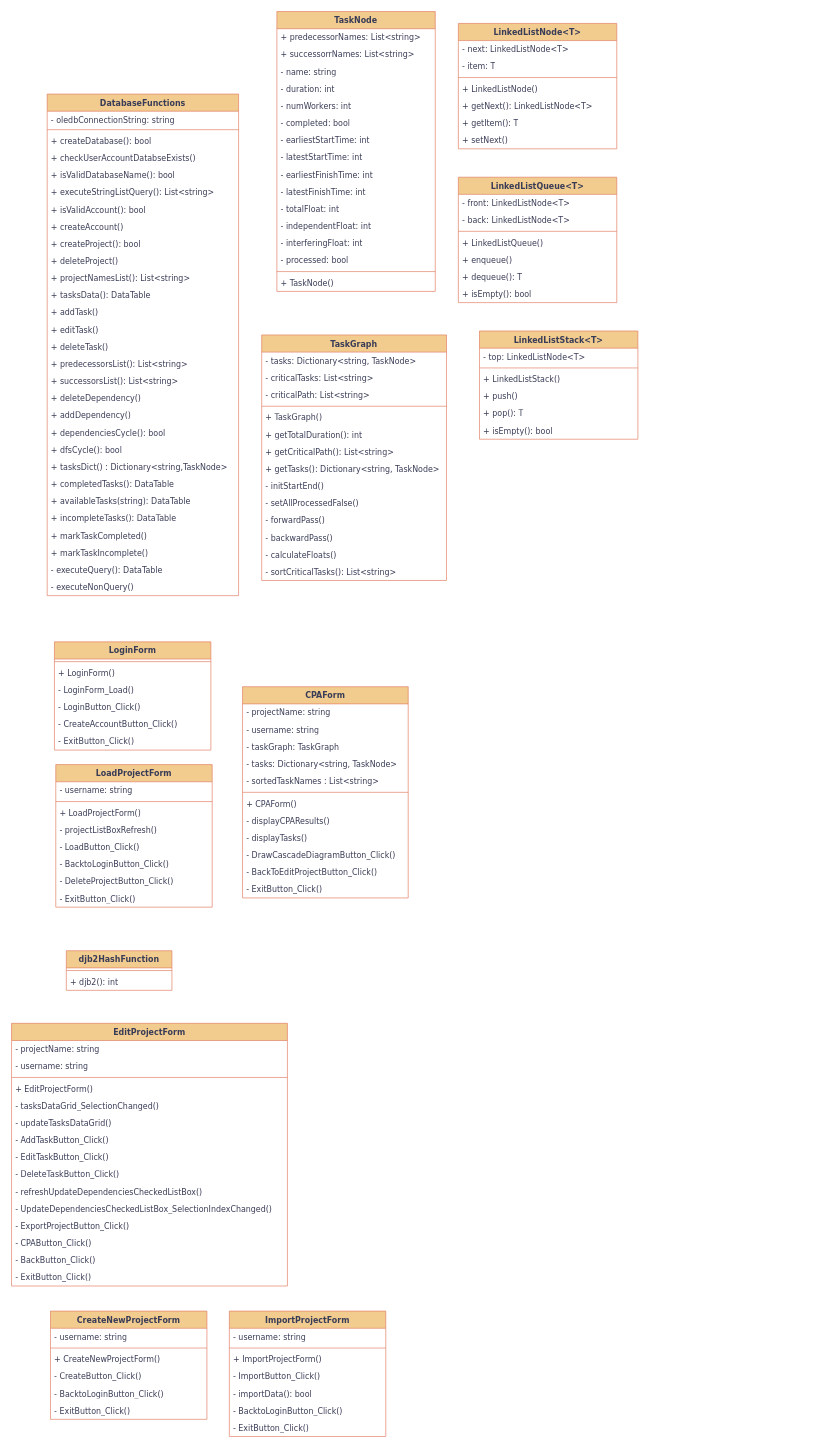
Earlier version of the draw.io diagram page "UMLClassDiagram" (1 of 4) of Diagrams.drawio (Senacen/Critical-Path-Project-Manager-NEA-MS-Access). Source tidied: cells renumbered, new cells numbered last; positions are measured from the earlier drawing's top-left corner, leaving out a move shared by most shapes. Both pictures are drawn from the tidied source at 66%, with x=0, y=0 at pixel (11, 11).
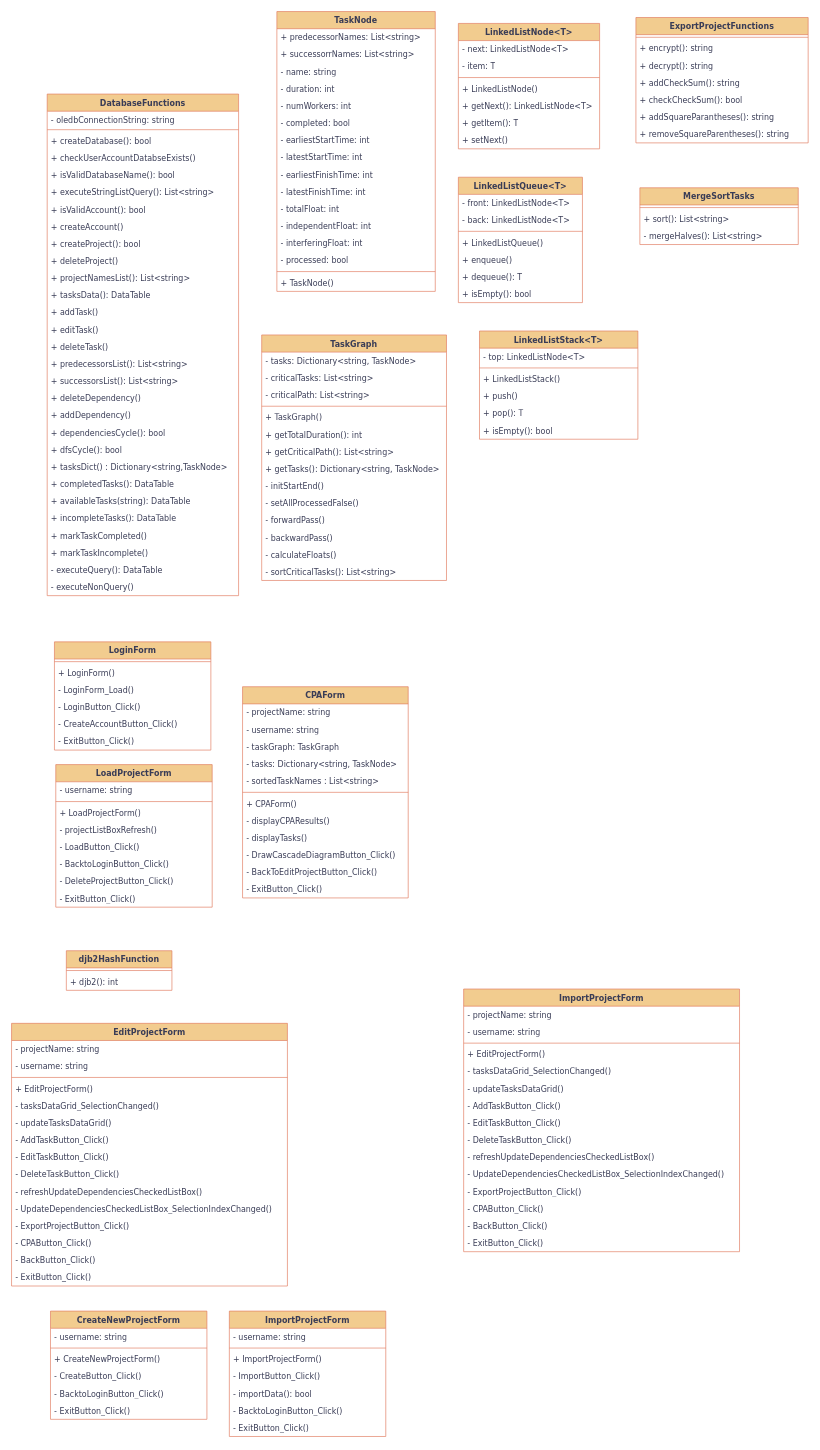
After the change.

Diff of the diagram source:
```diff
@@
     <mxCell id="127" value="LinkedListNode&amp;lt;T&amp;gt;" style="swimlane;fontStyle=1;align=center;verticalAlign=top;horizontal=1;startSize=26;whiteSpace=wrap;html=1;strokeColor=#E07A5F;fontColor=#393C56;fillColor=#F2CC8F;fontFamily=Verdana;labelBackgroundColor=none;" parent="1" vertex="1">
-      <mxGeometry x="677" y="18" width="240" height="190" as="geometry" />
+      <mxGeometry x="677" y="18" width="214" height="190" as="geometry" />
     </mxCell>
     <mxCell id="128" value="- next: LinkedListNode&amp;lt;T&amp;gt;" style="text;strokeColor=none;fillColor=none;align=left;verticalAlign=top;spacingLeft=4;spacingRight=4;overflow=hidden;whiteSpace=wrap;html=1;fontColor=#393C56;fontFamily=Verdana;labelBackgroundColor=none;" parent="127" vertex="1">
-      <mxGeometry y="26" width="240" height="26" as="geometry" />
+      <mxGeometry y="26" width="214" height="26" as="geometry" />
     </mxCell>
     <mxCell id="129" value="- item: T" style="text;strokeColor=none;fillColor=none;align=left;verticalAlign=top;spacingLeft=4;spacingRight=4;overflow=hidden;whiteSpace=wrap;html=1;fontColor=#393C56;fontFamily=Verdana;labelBackgroundColor=none;" parent="127" vertex="1">
-      <mxGeometry y="52" width="240" height="26" as="geometry" />
+      <mxGeometry y="52" width="214" height="26" as="geometry" />
     </mxCell>
     <mxCell id="130" style="line;strokeWidth=1;fillColor=none;align=left;verticalAlign=middle;spacingTop=-1;spacingLeft=3;spacingRight=3;labelPosition=right;strokeColor=inherit;" parent="127" vertex="1">
-      <mxGeometry y="78" width="240" height="8" as="geometry" />
+      <mxGeometry y="78" width="214" height="8" as="geometry" />
     </mxCell>
     <mxCell id="131" value="+ LinkedListNode()" style="text;strokeColor=none;fillColor=none;align=left;verticalAlign=top;spacingLeft=4;spacingRight=4;overflow=hidden;whiteSpace=wrap;html=1;fontColor=#393C56;fontFamily=Verdana;labelBackgroundColor=none;" parent="127" vertex="1">
-      <mxGeometry y="86" width="240" height="26" as="geometry" />
+      <mxGeometry y="86" width="214" height="26" as="geometry" />
     </mxCell>
     <mxCell id="132" value="+ getNext(): LinkedListNode&amp;lt;T&amp;gt;" style="text;strokeColor=none;fillColor=none;align=left;verticalAlign=top;spacingLeft=4;spacingRight=4;overflow=hidden;whiteSpace=wrap;html=1;fontColor=#393C56;fontFamily=Verdana;labelBackgroundColor=none;" parent="127" vertex="1">
-      <mxGeometry y="112" width="240" height="26" as="geometry" />
+      <mxGeometry y="112" width="214" height="26" as="geometry" />
     </mxCell>
     <mxCell id="133" value="+ getItem(): T" style="text;strokeColor=none;fillColor=none;align=left;verticalAlign=top;spacingLeft=4;spacingRight=4;overflow=hidden;whiteSpace=wrap;html=1;fontColor=#393C56;fontFamily=Verdana;labelBackgroundColor=none;" parent="127" vertex="1">
-      <mxGeometry y="138" width="240" height="26" as="geometry" />
+      <mxGeometry y="138" width="214" height="26" as="geometry" />
     </mxCell>
     <mxCell id="134" value="+ setNext()" style="text;strokeColor=none;fillColor=none;align=left;verticalAlign=top;spacingLeft=4;spacingRight=4;overflow=hidden;whiteSpace=wrap;html=1;fontColor=#393C56;fontFamily=Verdana;labelBackgroundColor=none;" parent="127" vertex="1">
-      <mxGeometry y="164" width="240" height="26" as="geometry" />
+      <mxGeometry y="164" width="214" height="26" as="geometry" />
     </mxCell>
@@
     <mxCell id="142" value="LinkedListQueue&amp;lt;T&amp;gt;" style="swimlane;fontStyle=1;align=center;verticalAlign=top;horizontal=1;startSize=26;whiteSpace=wrap;html=1;strokeColor=#E07A5F;fontColor=#393C56;fillColor=#F2CC8F;fontFamily=Verdana;labelBackgroundColor=none;" parent="1" vertex="1">
-      <mxGeometry x="677" y="251" width="240" height="190" as="geometry" />
+      <mxGeometry x="677" y="251" width="188" height="190" as="geometry" />
     </mxCell>
     <mxCell id="143" value="- front: LinkedListNode&amp;lt;T&amp;gt;" style="text;strokeColor=none;fillColor=none;align=left;verticalAlign=top;spacingLeft=4;spacingRight=4;overflow=hidden;whiteSpace=wrap;html=1;fontColor=#393C56;fontFamily=Verdana;labelBackgroundColor=none;" parent="142" vertex="1">
-      <mxGeometry y="26" width="240" height="26" as="geometry" />
+      <mxGeometry y="26" width="188" height="26" as="geometry" />
     </mxCell>
     <mxCell id="144" value="- back: LinkedListNode&amp;lt;T&amp;gt;" style="text;strokeColor=none;fillColor=none;align=left;verticalAlign=top;spacingLeft=4;spacingRight=4;overflow=hidden;whiteSpace=wrap;html=1;fontColor=#393C56;fontFamily=Verdana;labelBackgroundColor=none;" parent="142" vertex="1">
-      <mxGeometry y="52" width="240" height="26" as="geometry" />
+      <mxGeometry y="52" width="188" height="26" as="geometry" />
     </mxCell>
     <mxCell id="145" style="line;strokeWidth=1;fillColor=none;align=left;verticalAlign=middle;spacingTop=-1;spacingLeft=3;spacingRight=3;labelPosition=right;strokeColor=inherit;" parent="142" vertex="1">
-      <mxGeometry y="78" width="240" height="8" as="geometry" />
+      <mxGeometry y="78" width="188" height="8" as="geometry" />
     </mxCell>
     <mxCell id="146" value="+ LinkedListQueue()" style="text;strokeColor=none;fillColor=none;align=left;verticalAlign=top;spacingLeft=4;spacingRight=4;overflow=hidden;whiteSpace=wrap;html=1;fontColor=#393C56;fontFamily=Verdana;labelBackgroundColor=none;" parent="142" vertex="1">
-      <mxGeometry y="86" width="240" height="26" as="geometry" />
+      <mxGeometry y="86" width="188" height="26" as="geometry" />
     </mxCell>
     <mxCell id="147" value="+ enqueue()" style="text;strokeColor=none;fillColor=none;align=left;verticalAlign=top;spacingLeft=4;spacingRight=4;overflow=hidden;whiteSpace=wrap;html=1;fontColor=#393C56;fontFamily=Verdana;labelBackgroundColor=none;" parent="142" vertex="1">
-      <mxGeometry y="112" width="240" height="26" as="geometry" />
+      <mxGeometry y="112" width="188" height="26" as="geometry" />
     </mxCell>
     <mxCell id="148" value="+ dequeue(): T" style="text;strokeColor=none;fillColor=none;align=left;verticalAlign=top;spacingLeft=4;spacingRight=4;overflow=hidden;whiteSpace=wrap;html=1;fontColor=#393C56;fontFamily=Verdana;labelBackgroundColor=none;" parent="142" vertex="1">
-      <mxGeometry y="138" width="240" height="26" as="geometry" />
+      <mxGeometry y="138" width="188" height="26" as="geometry" />
     </mxCell>
     <mxCell id="149" value="+ isEmpty(): bool" style="text;strokeColor=none;fillColor=none;align=left;verticalAlign=top;spacingLeft=4;spacingRight=4;overflow=hidden;whiteSpace=wrap;html=1;fontColor=#393C56;fontFamily=Verdana;labelBackgroundColor=none;" parent="142" vertex="1">
-      <mxGeometry y="164" width="240" height="26" as="geometry" />
+      <mxGeometry y="164" width="188" height="26" as="geometry" />
     </mxCell>
+    <mxCell id="150" value="ExportProjectFunctions" style="swimlane;fontStyle=1;align=center;verticalAlign=top;horizontal=1;startSize=26;whiteSpace=wrap;html=1;strokeColor=#E07A5F;fontColor=#393C56;fillColor=#F2CC8F;fontFamily=Verdana;labelBackgroundColor=none;" parent="1" vertex="1">
+      <mxGeometry x="946" y="9" width="261" height="190" as="geometry" />
+    </mxCell>
+    <mxCell id="151" style="line;strokeWidth=1;fillColor=none;align=left;verticalAlign=middle;spacingTop=-1;spacingLeft=3;spacingRight=3;labelPosition=right;strokeColor=inherit;" parent="150" vertex="1">
+      <mxGeometry y="26" width="261" height="8" as="geometry" />
+    </mxCell>
+    <mxCell id="152" value="+ encrypt(): string" style="text;strokeColor=none;fillColor=none;align=left;verticalAlign=top;spacingLeft=4;spacingRight=4;overflow=hidden;whiteSpace=wrap;html=1;fontColor=#393C56;fontFamily=Verdana;labelBackgroundColor=none;" parent="150" vertex="1">
+      <mxGeometry y="34" width="261" height="26" as="geometry" />
+    </mxCell>
+    <mxCell id="153" value="+ decrypt(): string" style="text;strokeColor=none;fillColor=none;align=left;verticalAlign=top;spacingLeft=4;spacingRight=4;overflow=hidden;whiteSpace=wrap;html=1;fontColor=#393C56;fontFamily=Verdana;labelBackgroundColor=none;" parent="150" vertex="1">
+      <mxGeometry y="60" width="261" height="26" as="geometry" />
+    </mxCell>
+    <mxCell id="154" value="+ addCheckSum(): string" style="text;strokeColor=none;fillColor=none;align=left;verticalAlign=top;spacingLeft=4;spacingRight=4;overflow=hidden;whiteSpace=wrap;html=1;fontColor=#393C56;fontFamily=Verdana;labelBackgroundColor=none;" parent="150" vertex="1">
+      <mxGeometry y="86" width="261" height="26" as="geometry" />
+    </mxCell>
+    <mxCell id="155" value="+ checkCheckSum(): bool" style="text;strokeColor=none;fillColor=none;align=left;verticalAlign=top;spacingLeft=4;spacingRight=4;overflow=hidden;whiteSpace=wrap;html=1;fontColor=#393C56;fontFamily=Verdana;labelBackgroundColor=none;" parent="150" vertex="1">
+      <mxGeometry y="112" width="261" height="26" as="geometry" />
+    </mxCell>
+    <mxCell id="156" value="+ addSquareParantheses(): string" style="text;strokeColor=none;fillColor=none;align=left;verticalAlign=top;spacingLeft=4;spacingRight=4;overflow=hidden;whiteSpace=wrap;html=1;fontColor=#393C56;fontFamily=Verdana;labelBackgroundColor=none;" parent="150" vertex="1">
+      <mxGeometry y="138" width="261" height="26" as="geometry" />
+    </mxCell>
+    <mxCell id="157" value="+ removeSquareParentheses(): string" style="text;strokeColor=none;fillColor=none;align=left;verticalAlign=top;spacingLeft=4;spacingRight=4;overflow=hidden;whiteSpace=wrap;html=1;fontColor=#393C56;fontFamily=Verdana;labelBackgroundColor=none;" parent="150" vertex="1">
+      <mxGeometry y="164" width="261" height="26" as="geometry" />
+    </mxCell>
+    <mxCell id="158" value="MergeSortTasks" style="swimlane;fontStyle=1;align=center;verticalAlign=top;horizontal=1;startSize=26;whiteSpace=wrap;html=1;strokeColor=#E07A5F;fontColor=#393C56;fillColor=#F2CC8F;fontFamily=Verdana;labelBackgroundColor=none;" parent="1" vertex="1">
+      <mxGeometry x="952" y="267" width="240" height="86" as="geometry" />
+    </mxCell>
+    <mxCell id="159" style="line;strokeWidth=1;fillColor=none;align=left;verticalAlign=middle;spacingTop=-1;spacingLeft=3;spacingRight=3;labelPosition=right;strokeColor=inherit;" parent="158" vertex="1">
+      <mxGeometry y="26" width="240" height="8" as="geometry" />
+    </mxCell>
+    <mxCell id="160" value="+ sort(): List&amp;lt;string&amp;gt;" style="text;strokeColor=none;fillColor=none;align=left;verticalAlign=top;spacingLeft=4;spacingRight=4;overflow=hidden;whiteSpace=wrap;html=1;fontColor=#393C56;fontFamily=Verdana;labelBackgroundColor=none;" parent="158" vertex="1">
+      <mxGeometry y="34" width="240" height="26" as="geometry" />
+    </mxCell>
+    <mxCell id="161" value="- mergeHalves(): List&amp;lt;string&amp;gt;" style="text;strokeColor=none;fillColor=none;align=left;verticalAlign=top;spacingLeft=4;spacingRight=4;overflow=hidden;whiteSpace=wrap;html=1;fontColor=#393C56;fontFamily=Verdana;labelBackgroundColor=none;" parent="158" vertex="1">
+      <mxGeometry y="60" width="240" height="26" as="geometry" />
+    </mxCell>
+    <mxCell id="162" value="ImportProjectForm" style="swimlane;fontStyle=1;align=center;verticalAlign=top;horizontal=1;startSize=26;whiteSpace=wrap;html=1;labelBackgroundColor=none;fillColor=#F2CC8F;strokeColor=#E07A5F;fontColor=#393C56;fontFamily=Verdana;" parent="1" vertex="1">
+      <mxGeometry x="685" y="1481" width="418" height="398" as="geometry" />
+    </mxCell>
+    <mxCell id="163" value="- projectName: string" style="text;strokeColor=none;fillColor=none;align=left;verticalAlign=top;spacingLeft=4;spacingRight=4;overflow=hidden;whiteSpace=wrap;html=1;fontColor=#393C56;fontFamily=Verdana;" parent="162" vertex="1">
+      <mxGeometry y="26" width="418" height="26" as="geometry" />
+    </mxCell>
+    <mxCell id="164" value="- username: string" style="text;strokeColor=none;fillColor=none;align=left;verticalAlign=top;spacingLeft=4;spacingRight=4;overflow=hidden;whiteSpace=wrap;html=1;fontColor=#393C56;fontFamily=Verdana;" parent="162" vertex="1">
+      <mxGeometry y="52" width="418" height="26" as="geometry" />
+    </mxCell>
+    <mxCell id="165" style="line;strokeWidth=1;fillColor=none;align=left;verticalAlign=middle;spacingTop=-1;spacingLeft=3;spacingRight=3;labelPosition=right;strokeColor=#E07A5F;labelBackgroundColor=none;fontColor=#393C56;fontFamily=Verdana;" parent="162" vertex="1">
+      <mxGeometry y="78" width="418" height="8" as="geometry" />
+    </mxCell>
+    <mxCell id="166" value="+ EditProjectForm()" style="text;strokeColor=none;fillColor=none;align=left;verticalAlign=top;spacingLeft=4;spacingRight=4;overflow=hidden;whiteSpace=wrap;html=1;labelBackgroundColor=none;fontColor=#393C56;fontFamily=Verdana;" parent="162" vertex="1">
+      <mxGeometry y="86" width="418" height="26" as="geometry" />
+    </mxCell>
+    <mxCell id="167" value="- tasksDataGrid_SelectionChanged()" style="text;strokeColor=none;fillColor=none;align=left;verticalAlign=top;spacingLeft=4;spacingRight=4;overflow=hidden;whiteSpace=wrap;html=1;labelBackgroundColor=none;fontColor=#393C56;fontFamily=Verdana;" parent="162" vertex="1">
+      <mxGeometry y="112" width="418" height="26" as="geometry" />
+    </mxCell>
+    <mxCell id="168" value="- updateTasksDataGrid()" style="text;strokeColor=none;fillColor=none;align=left;verticalAlign=top;spacingLeft=4;spacingRight=4;overflow=hidden;whiteSpace=wrap;html=1;labelBackgroundColor=none;fontColor=#393C56;fontFamily=Verdana;" parent="162" vertex="1">
+      <mxGeometry y="138" width="418" height="26" as="geometry" />
+    </mxCell>
+    <mxCell id="169" value="- AddTaskButton_Click()" style="text;strokeColor=none;fillColor=none;align=left;verticalAlign=top;spacingLeft=4;spacingRight=4;overflow=hidden;whiteSpace=wrap;html=1;labelBackgroundColor=none;fontColor=#393C56;fontFamily=Verdana;" parent="162" vertex="1">
+      <mxGeometry y="164" width="418" height="26" as="geometry" />
+    </mxCell>
+    <mxCell id="170" value="- EditTaskButton_Click()" style="text;strokeColor=none;fillColor=none;align=left;verticalAlign=top;spacingLeft=4;spacingRight=4;overflow=hidden;whiteSpace=wrap;html=1;labelBackgroundColor=none;fontColor=#393C56;fontFamily=Verdana;" parent="162" vertex="1">
+      <mxGeometry y="190" width="418" height="26" as="geometry" />
+    </mxCell>
+    <mxCell id="171" value="- DeleteTaskButton_Click()" style="text;strokeColor=none;fillColor=none;align=left;verticalAlign=top;spacingLeft=4;spacingRight=4;overflow=hidden;whiteSpace=wrap;html=1;labelBackgroundColor=none;fontColor=#393C56;fontFamily=Verdana;" parent="162" vertex="1">
+      <mxGeometry y="216" width="418" height="26" as="geometry" />
+    </mxCell>
+    <mxCell id="172" value="- refreshUpdateDependenciesCheckedListBox()" style="text;strokeColor=none;fillColor=none;align=left;verticalAlign=top;spacingLeft=4;spacingRight=4;overflow=hidden;whiteSpace=wrap;html=1;labelBackgroundColor=none;fontColor=#393C56;fontFamily=Verdana;" parent="162" vertex="1">
+      <mxGeometry y="242" width="418" height="26" as="geometry" />
+    </mxCell>
+    <mxCell id="173" value="- UpdateDependenciesCheckedListBox_SelectionIndexChanged()" style="text;strokeColor=none;fillColor=none;align=left;verticalAlign=top;spacingLeft=4;spacingRight=4;overflow=hidden;whiteSpace=wrap;html=1;labelBackgroundColor=none;fontColor=#393C56;fontFamily=Verdana;" parent="162" vertex="1">
+      <mxGeometry y="268" width="418" height="26" as="geometry" />
+    </mxCell>
+    <mxCell id="174" value="- ExportProjectButton_Click()" style="text;strokeColor=none;fillColor=none;align=left;verticalAlign=top;spacingLeft=4;spacingRight=4;overflow=hidden;whiteSpace=wrap;html=1;labelBackgroundColor=none;fontColor=#393C56;fontFamily=Verdana;" parent="162" vertex="1">
+      <mxGeometry y="294" width="418" height="26" as="geometry" />
+    </mxCell>
+    <mxCell id="175" value="- CPAButton_Click()" style="text;strokeColor=none;fillColor=none;align=left;verticalAlign=top;spacingLeft=4;spacingRight=4;overflow=hidden;whiteSpace=wrap;html=1;labelBackgroundColor=none;fontColor=#393C56;fontFamily=Verdana;" parent="162" vertex="1">
+      <mxGeometry y="320" width="418" height="26" as="geometry" />
+    </mxCell>
+    <mxCell id="176" value="- BackButton_Click()" style="text;strokeColor=none;fillColor=none;align=left;verticalAlign=top;spacingLeft=4;spacingRight=4;overflow=hidden;whiteSpace=wrap;html=1;labelBackgroundColor=none;fontColor=#393C56;fontFamily=Verdana;" parent="162" vertex="1">
+      <mxGeometry y="346" width="418" height="26" as="geometry" />
+    </mxCell>
+    <mxCell id="177" value="- ExitButton_Click()" style="text;strokeColor=none;fillColor=none;align=left;verticalAlign=top;spacingLeft=4;spacingRight=4;overflow=hidden;whiteSpace=wrap;html=1;labelBackgroundColor=none;fontColor=#393C56;fontFamily=Verdana;" parent="162" vertex="1">
+      <mxGeometry y="372" width="418" height="26" as="geometry" />
+    </mxCell>
```
